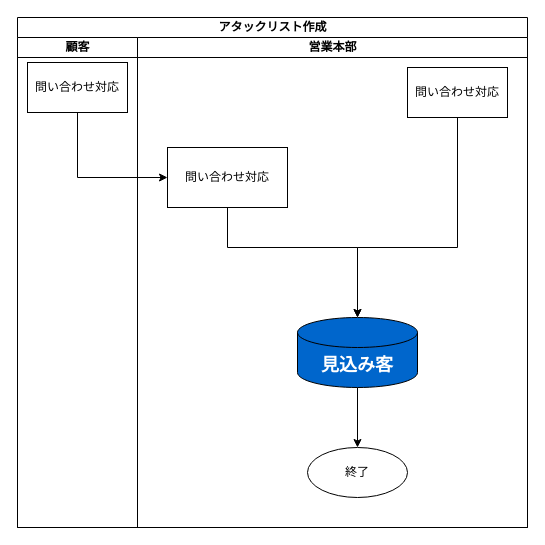
The draw.io diagram page "アタックリスト作成" (2 of 4) of 20230622To-Be業務フロー図.drawio in TaikiHorita/TaikiRepository, before the edit. Source tidied: cells renumbered, new cells numbered last; positions are measured from the earlier drawing's top-left corner, leaving out a move shared by most shapes. Both pictures are drawn from the tidied source at 100%, with x=0, y=0 at pixel (17, 17).
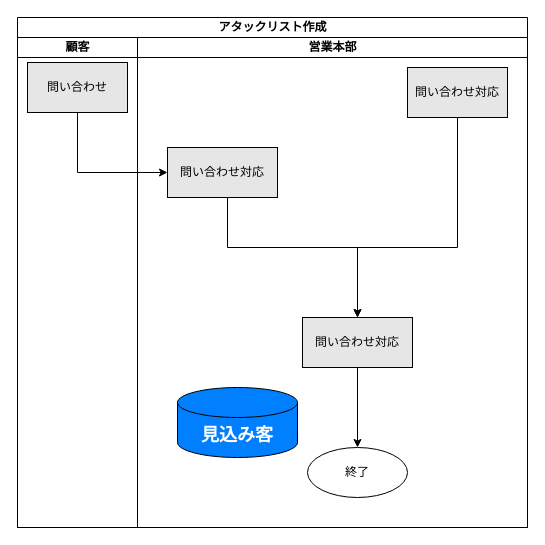
Above is the later version.

Change to the diagram source:
```diff
@@
 <mxGraphModel>
   <root>
     <mxCell id="0" />
     <mxCell id="1" parent="0" />
     <mxCell id="2" value="アタックリスト作成" style="swimlane;startSize=20;html=1;" parent="1" vertex="1">
       <mxGeometry width="510" height="510" as="geometry" />
     </mxCell>
     <mxCell id="3" value="顧客" style="swimlane;startSize=20;html=1;" parent="2" vertex="1">
       <mxGeometry y="20" width="120" height="490" as="geometry" />
     </mxCell>
-    <mxCell id="4" value="問い合わせ対応" style="rounded=0;whiteSpace=wrap;html=1;" parent="3" vertex="1">
+    <mxCell id="4" value="問い合わせ" style="rounded=0;whiteSpace=wrap;html=1;fillColor=#E6E6E6;" parent="3" vertex="1">
       <mxGeometry x="10" y="25" width="100" height="50" as="geometry" />
     </mxCell>
     <mxCell id="5" value="営業本部" style="swimlane;startSize=20;html=1;" parent="2" vertex="1">
       <mxGeometry x="120" y="20" width="390" height="490" as="geometry" />
     </mxCell>
-    <mxCell id="6" style="edgeStyle=orthogonalEdgeStyle;rounded=0;jettySize=auto;html=1;exitX=0.5;exitY=1;exitDx=0;exitDy=0;entryX=0.5;entryY=0;entryDx=0;entryDy=0;entryPerimeter=0;" parent="5" edge="1" source="7" target="9">
+    <mxCell id="6" style="edgeStyle=orthogonalEdgeStyle;rounded=0;jettySize=auto;html=1;exitX=0.5;exitY=1;exitDx=0;exitDy=0;entryX=0.5;entryY=0;entryDx=0;entryDy=0;" parent="5" edge="1" source="7" target="14">
       <mxGeometry relative="1" as="geometry">
         <Array as="points">
+          <mxPoint x="90" y="160" />
           <mxPoint x="90" y="210" />
           <mxPoint x="220" y="210" />
         </Array>
       </mxGeometry>
     </mxCell>
-    <mxCell id="7" value="問い合わせ対応" style="rounded=0;whiteSpace=wrap;html=1;" parent="5" vertex="1">
-      <mxGeometry x="30" y="110" width="120" height="60" as="geometry" />
+    <mxCell id="7" value="問い合わせ対応" style="rounded=0;whiteSpace=wrap;html=1;fillColor=#E6E6E6;" parent="5" vertex="1">
+      <mxGeometry x="30" y="110" width="110" height="50" as="geometry" />
     </mxCell>
-    <mxCell id="8" style="edgeStyle=orthogonalEdgeStyle;rounded=0;jettySize=auto;html=1;exitX=0.5;exitY=1;exitDx=0;exitDy=0;exitPerimeter=0;entryX=0.5;entryY=0;entryDx=0;entryDy=0;" parent="5" edge="1" source="9" target="10">
+    <mxCell id="8" style="edgeStyle=orthogonalEdgeStyle;rounded=0;jettySize=auto;html=1;exitX=0.5;exitY=1;exitDx=0;exitDy=0;entryX=0.5;entryY=0;entryDx=0;entryDy=0;" parent="5" edge="1" source="14" target="10">
       <mxGeometry relative="1" as="geometry" />
     </mxCell>
-    <mxCell id="9" value="&lt;font color=&quot;#ffffff&quot;&gt;&lt;span style=&quot;font-size: 18px;&quot;&gt;&lt;b&gt;見込み客&lt;/b&gt;&lt;/span&gt;&lt;/font&gt;" style="shape=cylinder3;whiteSpace=wrap;html=1;boundedLbl=1;backgroundOutline=1;size=15;fillColor=#0066CC;" parent="5" vertex="1">
-      <mxGeometry x="160" y="280" width="120" height="70" as="geometry" />
+    <mxCell id="9" value="&lt;font color=&quot;#ffffff&quot;&gt;&lt;span style=&quot;font-size: 18px;&quot;&gt;&lt;b&gt;見込み客&lt;/b&gt;&lt;/span&gt;&lt;/font&gt;" style="shape=cylinder3;whiteSpace=wrap;html=1;boundedLbl=1;backgroundOutline=1;size=15;fillColor=#007FFF;" parent="5" vertex="1">
+      <mxGeometry x="40" y="350" width="120" height="70" as="geometry" />
     </mxCell>
     <mxCell id="10" value="終了" style="ellipse;whiteSpace=wrap;html=1;" parent="5" vertex="1">
       <mxGeometry x="170" y="410" width="100" height="50" as="geometry" />
     </mxCell>
-    <mxCell id="11" style="edgeStyle=orthogonalEdgeStyle;rounded=0;jettySize=auto;html=1;exitX=0.5;exitY=1;exitDx=0;exitDy=0;entryX=0.5;entryY=0;entryDx=0;entryDy=0;entryPerimeter=0;" parent="5" edge="1" source="12" target="9">
+    <mxCell id="11" style="edgeStyle=orthogonalEdgeStyle;rounded=0;jettySize=auto;html=1;exitX=0.5;exitY=1;exitDx=0;exitDy=0;entryX=0.5;entryY=0;entryDx=0;entryDy=0;" parent="5" edge="1" source="12" target="14">
       <mxGeometry relative="1" as="geometry">
         <Array as="points">
           <mxPoint x="320" y="210" />
           <mxPoint x="220" y="210" />
         </Array>
       </mxGeometry>
     </mxCell>
-    <mxCell id="12" value="問い合わせ対応" style="rounded=0;whiteSpace=wrap;html=1;" parent="5" vertex="1">
+    <mxCell id="12" value="問い合わせ対応" style="rounded=0;whiteSpace=wrap;html=1;fillColor=#E6E6E6;" parent="5" vertex="1">
       <mxGeometry x="270" y="30" width="100" height="50" as="geometry" />
     </mxCell>
+    <mxCell id="14" value="問い合わせ対応" style="rounded=0;whiteSpace=wrap;html=1;fillColor=#E6E6E6;" parent="5" vertex="1">
+      <mxGeometry x="165" y="280" width="110" height="50" as="geometry" />
+    </mxCell>
     <mxCell id="13" style="edgeStyle=orthogonalEdgeStyle;rounded=0;jettySize=auto;html=1;exitX=0.5;exitY=1;exitDx=0;exitDy=0;entryX=0;entryY=0.5;entryDx=0;entryDy=0;" parent="2" edge="1" source="4" target="7">
       <mxGeometry relative="1" as="geometry" />
     </mxCell>
   </root>
 </mxGraphModel>
```
